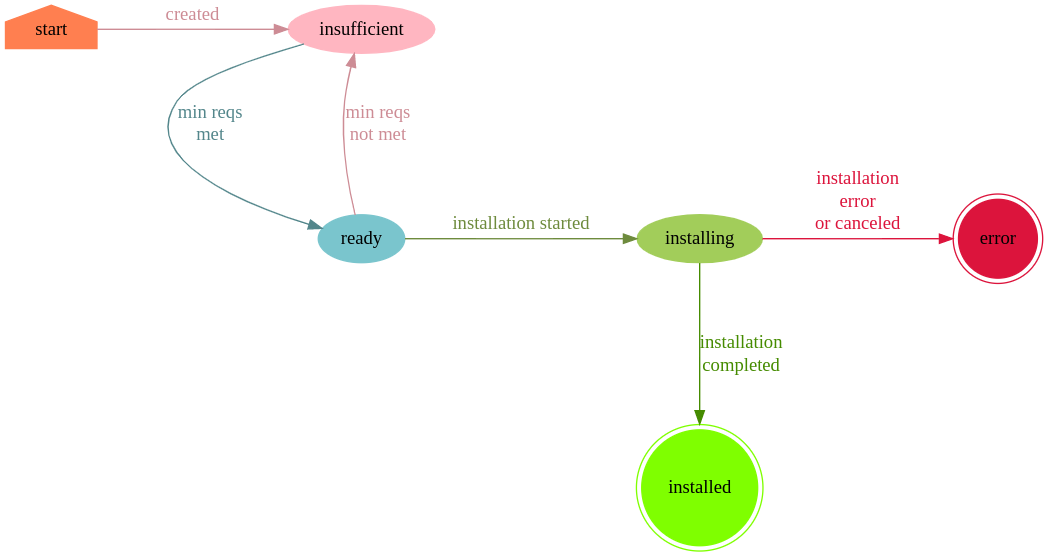
openshift/assisted-service keeps this Graphviz diagram as docs/ClusterState.png. Above is the earlier version. Its source is kept beside it as docs/ClusterState.dot. Its diagram source:
```dot
digraph ClusterStateMachine {
    graph [nodesep = "1.0", ranksep = "1.0"];
    node [style = filled];

    start [shape = house, color = coral];
    insufficient [color = lightpink];
    ready [color = cadetblue3];
    installing [color = darkolivegreen3];
    installed [shape = doublecircle, color = chartreuse];
    error [shape = doublecircle, color = crimson];

    start -> insufficient [label = "cluster\ncreated", color=lightpink3, fontcolor=lightpink3];
    insufficient -> ready [label = "min reqs\nmet", color=cadetblue4, fontcolor=cadetblue4];
    ready -> insufficient [label = "min reqs\nnot met", color=lightpink3, fontcolor=lightpink3];
    ready -> insufficient [style=invis];
    ready -> installing [label = "installation started", color=darkolivegreen4, fontcolor=darkolivegreen4];
    installing -> installed [label = "installation\ncompleted", color=chartreuse4, fontcolor=chartreuse4];
    installing -> error [label = "installation\nerror\nor canceled", color=crimson, fontcolor=crimson];

    {rank=min; start}
    {rank=max; installed}
    {rank=same; start; insufficient}
    {rank=same; ready; installing; error}
    {rank=same; installed}
}
```
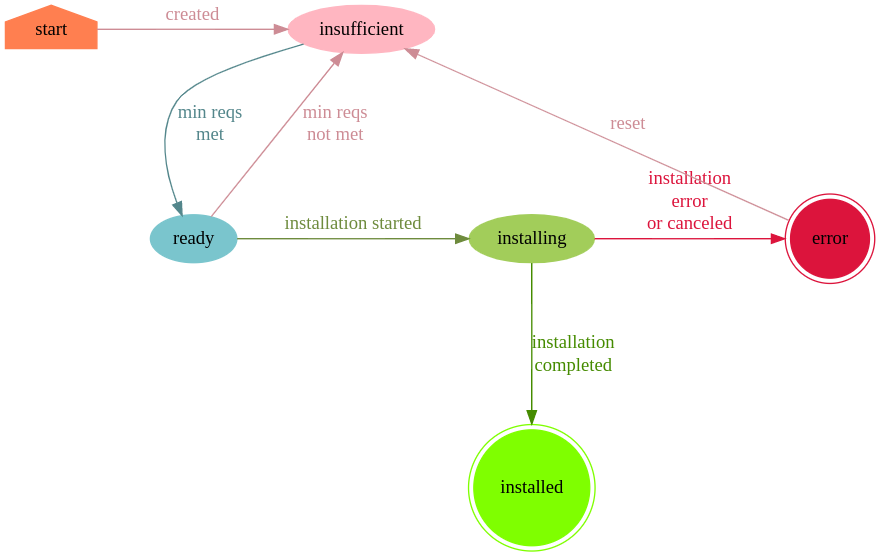
Later version of the same file.

Commit message:
Add reset to state machines

What changed in the source:
```diff
@@ -12,7 +12,7 @@
     start -> insufficient [label = "cluster\ncreated", color=lightpink3, fontcolor=lightpink3];
     insufficient -> ready [label = "min reqs\nmet", color=cadetblue4, fontcolor=cadetblue4];
     ready -> insufficient [label = "min reqs\nnot met", color=lightpink3, fontcolor=lightpink3];
-    ready -> insufficient [style=invis];
+    error -> insufficient [label = "reset", color=lightpink3, fontcolor=lightpink3];
     ready -> installing [label = "installation started", color=darkolivegreen4, fontcolor=darkolivegreen4];
     installing -> installed [label = "installation\ncompleted", color=chartreuse4, fontcolor=chartreuse4];
     installing -> error [label = "installation\nerror\nor canceled", color=crimson, fontcolor=crimson];
```
